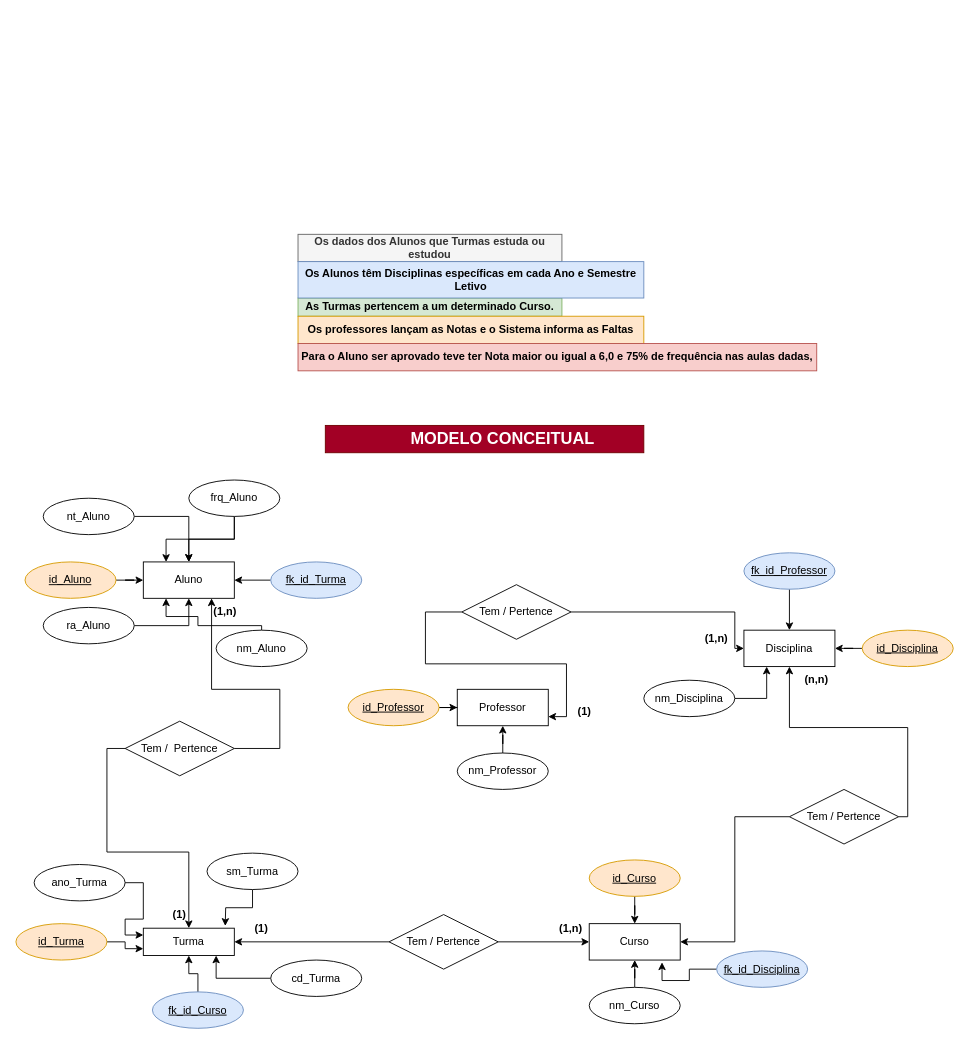
The draw.io diagram EstudoDeCasoModeloConceitual.drawio in Ariel1776/EstudoDeCasosBancoDeDados, before the edit. Source tidied: cells renumbered, new cells numbered last; positions are measured from the earlier drawing's top-left corner, leaving out a move shared by most shapes. Both pictures are drawn from the tidied source at 91%, with x=0, y=0 at pixel (15, 234).
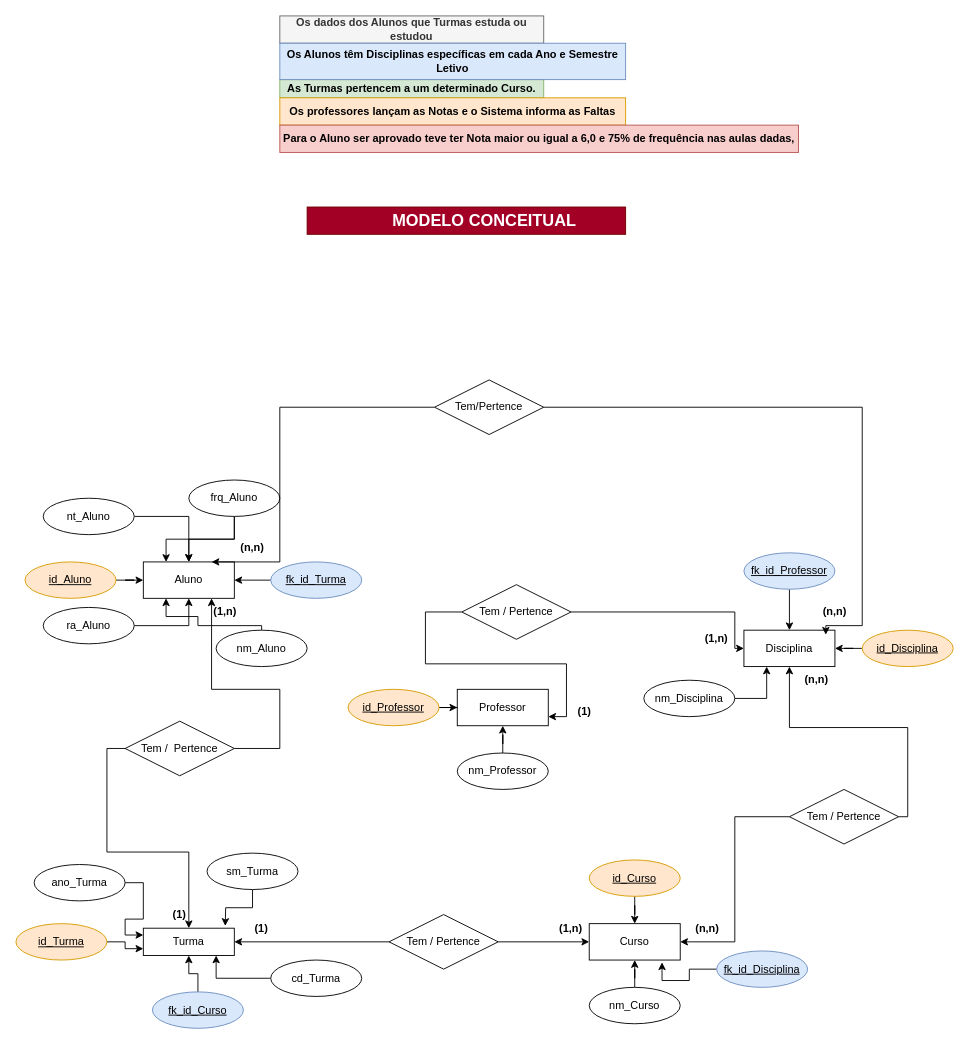
The same page after the edit.

Unchanged cells that the change refers to:
```xml
<mxCell id="7" value="Aluno" style="whiteSpace=wrap;html=1;align=center;" parent="1" vertex="1">
  <mxGeometry x="140" y="360" width="100" height="40" as="geometry" />
</mxCell>
```

What changed in the source:
```diff
@@
     <mxCell id="2" value="Os dados dos Alunos que Turmas estuda ou estudou" style="text;html=1;align=center;verticalAlign=middle;whiteSpace=wrap;rounded=0;fontStyle=1;fillColor=#f5f5f5;fontColor=#333333;strokeColor=#666666;" parent="1" vertex="1">
-      <mxGeometry x="310" width="290" height="30" as="geometry" />
+      <mxGeometry x="290" y="-240" width="290" height="30" as="geometry" />
     </mxCell>
     <mxCell id="3" value="As Turmas pertencem a um determinado Curso." style="text;html=1;strokeColor=#82b366;fillColor=#d5e8d4;align=center;verticalAlign=middle;whiteSpace=wrap;rounded=0;fontStyle=1;" parent="1" vertex="1">
-      <mxGeometry x="310" y="70" width="290" height="20" as="geometry" />
+      <mxGeometry x="290" y="-170" width="290" height="20" as="geometry" />
     </mxCell>
     <mxCell id="4" value="Os Alunos têm Disciplinas específicas em cada Ano e Semestre Letivo" style="text;html=1;strokeColor=#6c8ebf;fillColor=#dae8fc;align=center;verticalAlign=middle;whiteSpace=wrap;rounded=0;fontStyle=1;" parent="1" vertex="1">
-      <mxGeometry x="310" y="30" width="380" height="40" as="geometry" />
+      <mxGeometry x="290" y="-210" width="380" height="40" as="geometry" />
     </mxCell>
     <mxCell id="5" value="Os professores lançam as Notas e o Sistema informa as Faltas" style="text;html=1;strokeColor=#d79b00;fillColor=#ffe6cc;align=center;verticalAlign=middle;whiteSpace=wrap;rounded=0;fontStyle=1;" parent="1" vertex="1">
-      <mxGeometry x="310" y="90" width="380" height="30" as="geometry" />
+      <mxGeometry x="290" y="-150" width="380" height="30" as="geometry" />
     </mxCell>
     <mxCell id="6" value="Para o Aluno ser aprovado teve ter Nota maior ou igual a 6,0 e 75% de frequência nas aulas dadas," style="text;html=1;strokeColor=#b85450;fillColor=#f8cecc;align=center;verticalAlign=middle;whiteSpace=wrap;rounded=0;fontStyle=1;" parent="1" vertex="1">
-      <mxGeometry x="310" y="120" width="570" height="30" as="geometry" />
+      <mxGeometry x="290" y="-120" width="570" height="30" as="geometry" />
     </mxCell>
@@
     <mxCell id="70" value="&lt;blockquote style=&quot;margin: 0px 0px 0px 40px; border: none; padding: 0px; font-size: 18px;&quot;&gt;MODELO CONCEITUAL&lt;/blockquote&gt;" style="text;html=1;strokeColor=#6F0000;fillColor=#a20025;align=center;verticalAlign=middle;whiteSpace=wrap;rounded=0;fontColor=#ffffff;fontStyle=1;fontSize=18;" parent="1" vertex="1">
-      <mxGeometry x="340" y="210" width="350" height="30" as="geometry" />
+      <mxGeometry x="320" y="-30" width="350" height="30" as="geometry" />
     </mxCell>
+    <mxCell id="71" style="edgeStyle=orthogonalEdgeStyle;rounded=0;jettySize=auto;html=1;entryX=0.75;entryY=0;entryDx=0;entryDy=0;" parent="1" edge="1" source="73" target="7">
+      <mxGeometry relative="1" as="geometry">
+        <Array as="points">
+          <mxPoint x="290" y="190" />
+          <mxPoint x="290" y="360" />
+        </Array>
+      </mxGeometry>
+    </mxCell>
+    <mxCell id="72" style="edgeStyle=orthogonalEdgeStyle;rounded=0;jettySize=auto;html=1;" parent="1" edge="1" source="73">
+      <mxGeometry relative="1" as="geometry">
+        <mxPoint x="890" y="440" as="targetPoint" />
+        <Array as="points">
+          <mxPoint x="930" y="190" />
+          <mxPoint x="930" y="430" />
+        </Array>
+      </mxGeometry>
+    </mxCell>
+    <mxCell id="73" value="Tem/Pertence" style="shape=rhombus;perimeter=rhombusPerimeter;whiteSpace=wrap;html=1;align=center;" parent="1" vertex="1">
+      <mxGeometry x="460" y="160" width="120" height="60" as="geometry" />
+    </mxCell>
+    <mxCell id="74" value="(n,n)" style="text;html=1;strokeColor=none;fillColor=none;align=center;verticalAlign=middle;whiteSpace=wrap;rounded=0;fontStyle=1;" parent="1" vertex="1">
+      <mxGeometry x="870" y="400" width="60" height="30" as="geometry" />
+    </mxCell>
+    <mxCell id="75" value="(n,n)" style="text;html=1;strokeColor=none;fillColor=none;align=center;verticalAlign=middle;whiteSpace=wrap;rounded=0;fontStyle=1;" parent="1" vertex="1">
+      <mxGeometry x="230" y="330" width="60" height="30" as="geometry" />
+    </mxCell>
+    <mxCell id="76" value="(n,n)" style="text;html=1;strokeColor=none;fillColor=none;align=center;verticalAlign=middle;whiteSpace=wrap;rounded=0;fontStyle=1;" parent="1" vertex="1">
+      <mxGeometry x="730" y="747.5" width="60" height="30" as="geometry" />
+    </mxCell>
```
